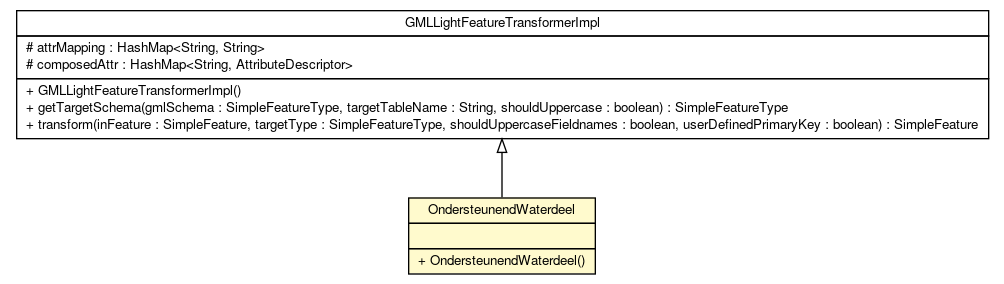
Before: bgt-gml-loader/apidocs/nl/b3p/brmo/loader/gml/light/OndersteunendWaterdeel.png, a diagram exported from Graphviz (B3Partners/brmo). Its source is kept beside it as bgt-gml-loader/apidocs/nl/b3p/brmo/loader/gml/light/OndersteunendWaterdeel.dot. Its diagram source:
```dot

digraph G {
	edge [fontname="Helvetica",fontsize=10,labelfontname="Helvetica",labelfontsize=10];
	node [fontname="Helvetica",fontsize=10,shape=plaintext];
	nodesep=0.25;
	ranksep=0.5;
	c907 [label=<<table title="nl.b3p.brmo.loader.gml.light.OndersteunendWaterdeel" border="0" cellborder="1" cellspacing="0" cellpadding="2" port="p" bgcolor="lemonChiffon" href="./OndersteunendWaterdeel.html">
		<tr><td><table border="0" cellspacing="0" cellpadding="1">
<tr><td align="center" balign="center"> OndersteunendWaterdeel </td></tr>
		</table></td></tr>
		<tr><td><table border="0" cellspacing="0" cellpadding="1">
<tr><td align="left" balign="left">  </td></tr>
		</table></td></tr>
		<tr><td><table border="0" cellspacing="0" cellpadding="1">
<tr><td align="left" balign="left"> + OndersteunendWaterdeel() </td></tr>
		</table></td></tr>
		</table>>, URL="./OndersteunendWaterdeel.html", fontname="Helvetica", fontcolor="black", fontsize=10.0];
	c934 [label=<<table title="nl.b3p.brmo.loader.gml.light.GMLLightFeatureTransformerImpl" border="0" cellborder="1" cellspacing="0" cellpadding="2" port="p" href="./GMLLightFeatureTransformerImpl.html">
		<tr><td><table border="0" cellspacing="0" cellpadding="1">
<tr><td align="center" balign="center"> GMLLightFeatureTransformerImpl </td></tr>
		</table></td></tr>
		<tr><td><table border="0" cellspacing="0" cellpadding="1">
<tr><td align="left" balign="left"> # attrMapping : HashMap&lt;String, String&gt; </td></tr>
<tr><td align="left" balign="left"> # composedAttr : HashMap&lt;String, AttributeDescriptor&gt; </td></tr>
		</table></td></tr>
		<tr><td><table border="0" cellspacing="0" cellpadding="1">
<tr><td align="left" balign="left"> + GMLLightFeatureTransformerImpl() </td></tr>
<tr><td align="left" balign="left"> + getTargetSchema(gmlSchema : SimpleFeatureType, targetTableName : String, shouldUppercase : boolean) : SimpleFeatureType </td></tr>
<tr><td align="left" balign="left"> + transform(inFeature : SimpleFeature, targetType : SimpleFeatureType, shouldUppercaseFieldnames : boolean, userDefinedPrimaryKey : boolean) : SimpleFeature </td></tr>
		</table></td></tr>
		</table>>, URL="./GMLLightFeatureTransformerImpl.html", fontname="Helvetica", fontcolor="black", fontsize=10.0];
	c934:p -> c907:p [dir=back,arrowtail=empty];
}
```
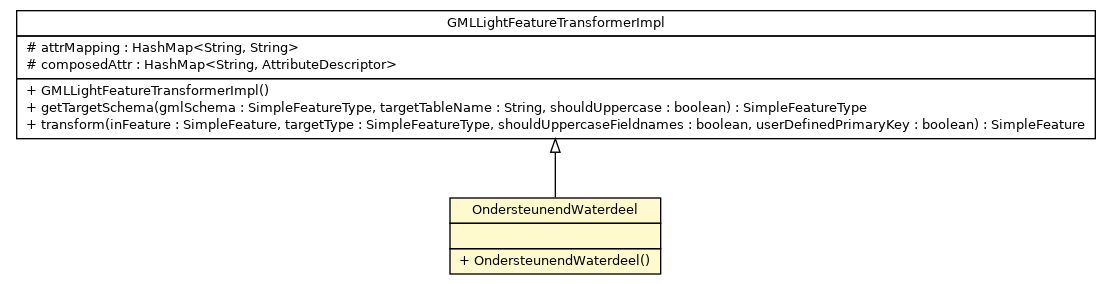
The same diagram one commit later.

The edit, as a diff of the source:
```diff
@@ -4,7 +4,7 @@
 	node [fontname="Helvetica",fontsize=10,shape=plaintext];
 	nodesep=0.25;
 	ranksep=0.5;
-	c907 [label=<<table title="nl.b3p.brmo.loader.gml.light.OndersteunendWaterdeel" border="0" cellborder="1" cellspacing="0" cellpadding="2" port="p" bgcolor="lemonChiffon" href="./OndersteunendWaterdeel.html">
+	c913 [label=<<table title="nl.b3p.brmo.loader.gml.light.OndersteunendWaterdeel" border="0" cellborder="1" cellspacing="0" cellpadding="2" port="p" bgcolor="lemonChiffon" href="./OndersteunendWaterdeel.html">
 		<tr><td><table border="0" cellspacing="0" cellpadding="1">
 <tr><td align="center" balign="center"> OndersteunendWaterdeel </td></tr>
 		</table></td></tr>
@@ -29,5 +29,5 @@
 <tr><td align="left" balign="left"> + transform(inFeature : SimpleFeature, targetType : SimpleFeatureType, shouldUppercaseFieldnames : boolean, userDefinedPrimaryKey : boolean) : SimpleFeature </td></tr>
 		</table></td></tr>
 		</table>>, URL="./GMLLightFeatureTransformerImpl.html", fontname="Helvetica", fontcolor="black", fontsize=10.0];
-	c934:p -> c907:p [dir=back,arrowtail=empty];
+	c934:p -> c913:p [dir=back,arrowtail=empty];
 }
```
